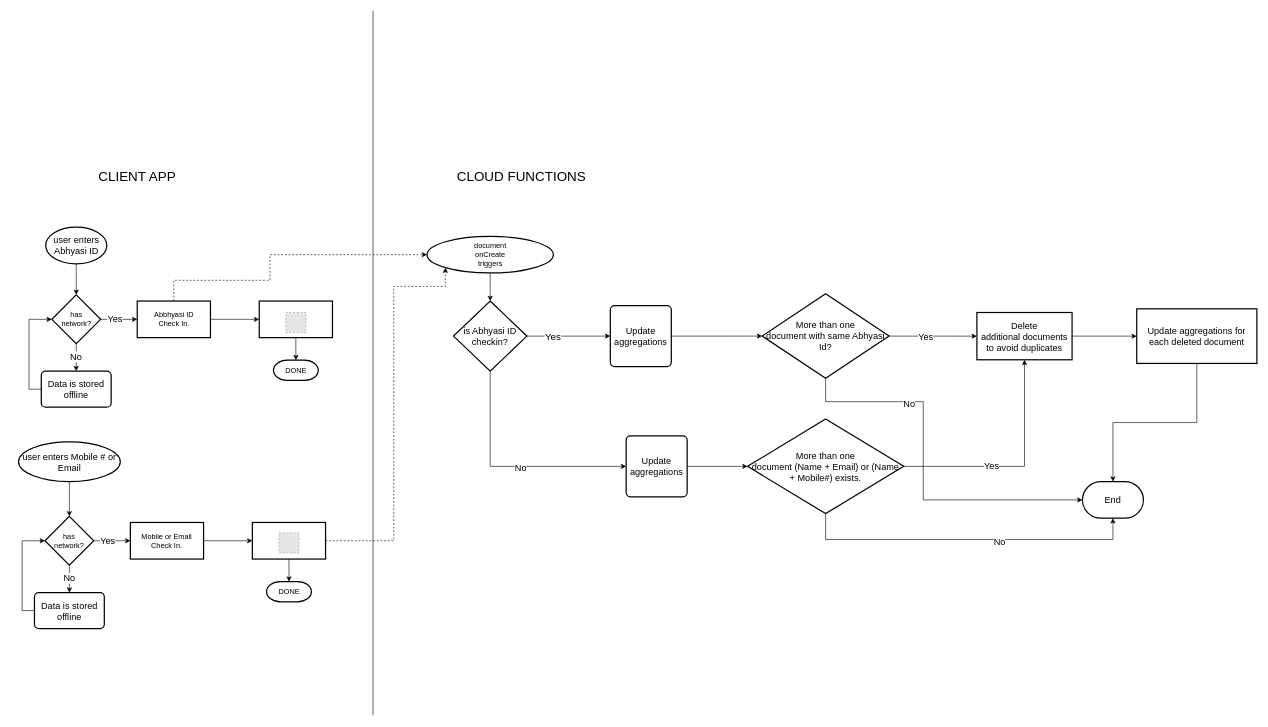
Above: page "flow-chart-september-2022" (3 of 3) of HFN-checkin-app.drawio in appsparkler/draw.io (draw.io), before the change. Source tidied: cells renumbered, new cells numbered last; positions are measured from the earlier drawing's top-left corner, leaving out a move shared by most shapes. Both pictures are drawn from the tidied source at 61%, with x=0, y=0 at pixel (18, 10). Pictures stored in the file or linked from it are replaced by grey dashed boxes.
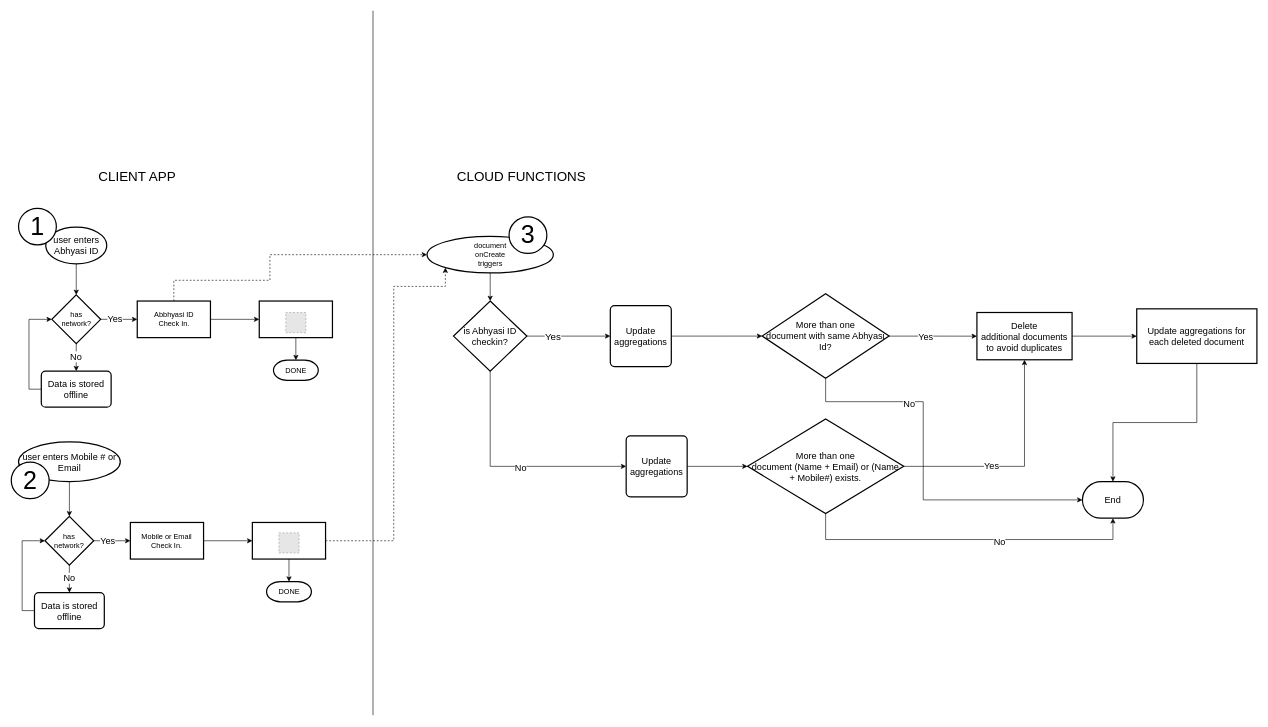
The same diagram, later.

Diff of the diagram source:
```diff
@@
+    <mxCell id="63" value="1" style="strokeWidth=2;html=1;shape=mxgraph.flowchart.start_2;whiteSpace=wrap;fontSize=41;" parent="1" vertex="1">
+      <mxGeometry x="-0.1" y="324" width="62" height="60" as="geometry" />
+    </mxCell>
+    <mxCell id="64" value="2" style="strokeWidth=2;html=1;shape=mxgraph.flowchart.start_2;whiteSpace=wrap;fontSize=41;" parent="1" vertex="1">
+      <mxGeometry x="-12" y="740" width="62" height="60" as="geometry" />
+    </mxCell>
+    <mxCell id="65" value="3" style="strokeWidth=2;html=1;shape=mxgraph.flowchart.start_2;whiteSpace=wrap;fontSize=41;" parent="1" vertex="1">
+      <mxGeometry x="804" y="338" width="62" height="60" as="geometry" />
+    </mxCell>
```
